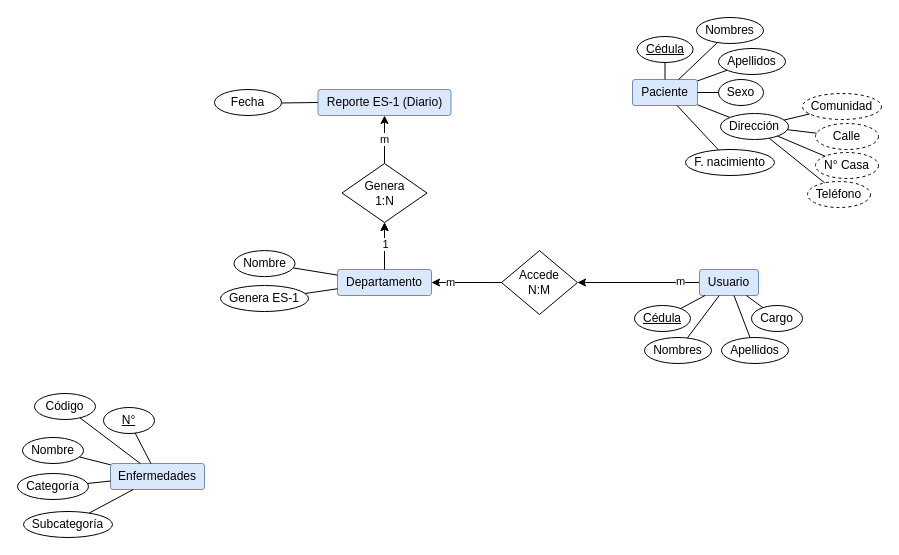
Above: page "Entidad - Relación" (4 of 5) of docs/Diagramas.drawio in fadrian06/haju (draw.io), before the change. Source tidied: cells renumbered, new cells numbered last; positions are measured from the earlier drawing's top-left corner, leaving out a move shared by most shapes. Both pictures are drawn from the tidied source at 100%, with x=0, y=0 at pixel (17, 17).
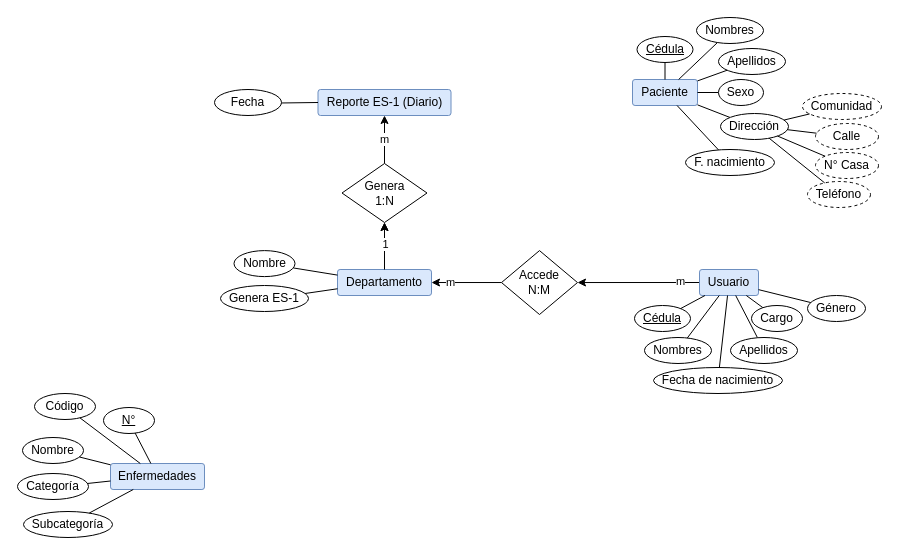
The same page after the edit.

Unchanged cells that the change refers to:
```xml
<mxCell id="17" value="Usuario" style="rounded=1;arcSize=10;whiteSpace=wrap;html=1;align=center;fillColor=#dae8fc;strokeColor=#6c8ebf;" parent="1" vertex="1">
  <mxGeometry x="682" y="252" width="59" height="26" as="geometry" />
</mxCell>
```

What changed in the source:
```diff
@@
     <mxCell id="23" value="Apellidos" style="ellipse;whiteSpace=wrap;html=1;align=center;" parent="1" vertex="1">
-      <mxGeometry x="704" y="320" width="67" height="26" as="geometry" />
+      <mxGeometry x="713" y="320" width="67" height="26" as="geometry" />
     </mxCell>
@@
+    <mxCell id="61" value="Fecha de nacimiento" style="ellipse;whiteSpace=wrap;html=1;align=center;" parent="1" vertex="1">
+      <mxGeometry x="636" y="350" width="129" height="26" as="geometry" />
+    </mxCell>
+    <mxCell id="62" style="edgeStyle=none;rounded=0;jettySize=auto;html=1;endArrow=none;endFill=0;" parent="1" edge="1" source="61" target="17">
+      <mxGeometry relative="1" as="geometry" />
+    </mxCell>
+    <mxCell id="63" value="Género" style="ellipse;whiteSpace=wrap;html=1;align=center;" parent="1" vertex="1">
+      <mxGeometry x="790" y="278" width="58" height="26" as="geometry" />
+    </mxCell>
+    <mxCell id="64" style="edgeStyle=none;rounded=0;jettySize=auto;html=1;endArrow=none;endFill=0;" parent="1" edge="1" source="63" target="17">
+      <mxGeometry relative="1" as="geometry" />
+    </mxCell>
```
